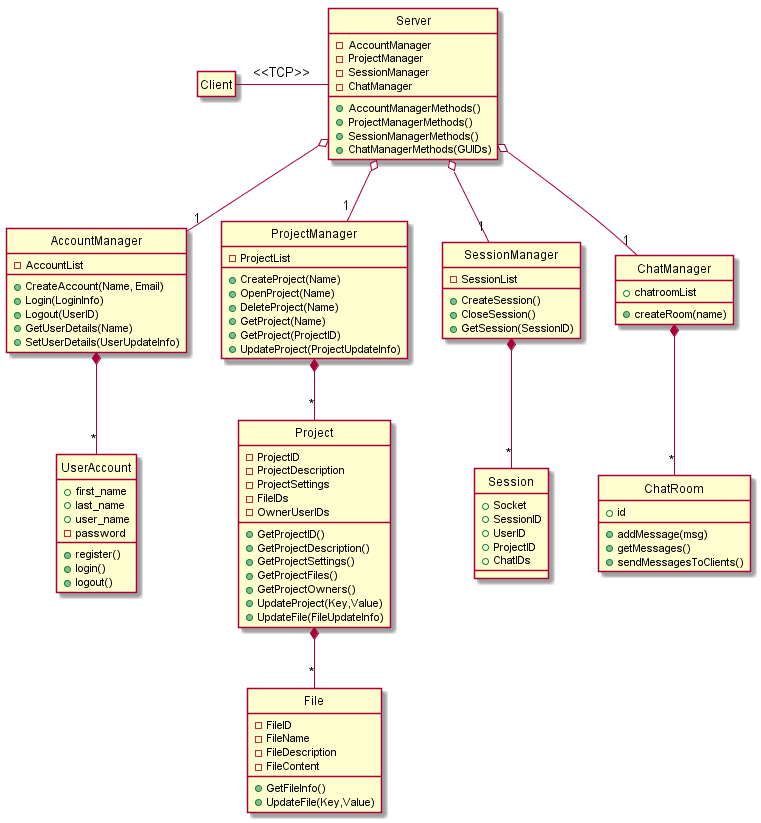
voxelv/sQuire_kw keeps this PlantUML diagram as hw3/server_detail.png. Above is the earlier version.
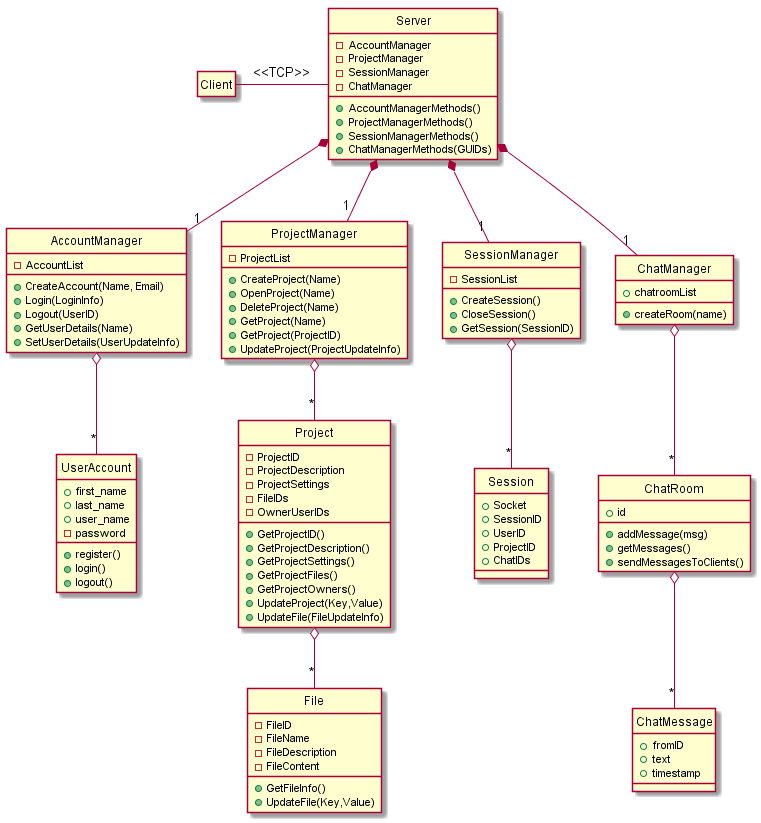
The same file after the commit.

Diff of the diagram source:
```diff
@@ -84,19 +84,25 @@
 			+getMessages()
 			+sendMessagesToClients()
 			}
+			class "ChatMessage" as sqs_ch_mes{
+				+fromID
+				+text
+				+timestamp
+				}
 
 
 sq -right- sqs : <<TCP>>
 
-	sqs o-- "1" sqs_pr_m
-		sqs_pr_m *-- "*" sqs_pr
-			sqs_pr *-- "*" sqs_fi
-	sqs o-- "1" sqs_ua_m
-		sqs_ua_m *-- "*" sqs_ua
-	sqs o-- "1" sqs_ch_m
-		sqs_ch_m *-- "*" sqs_ch
-	sqs o-- "1" sqs_se_m
-		sqs_se_m *-- "*" sqs_se
+	sqs *-- "1" sqs_pr_m
+		sqs_pr_m o-- "*" sqs_pr
+			sqs_pr o-- "*" sqs_fi
+	sqs *-- "1" sqs_ua_m
+		sqs_ua_m o-- "*" sqs_ua
+	sqs *-- "1" sqs_ch_m
+		sqs_ch_m o-- "*" sqs_ch
+			sqs_ch o-- "*" sqs_ch_mes
+	sqs *-- "1" sqs_se_m
+		sqs_se_m o-- "*" sqs_se
 
 
 
```
